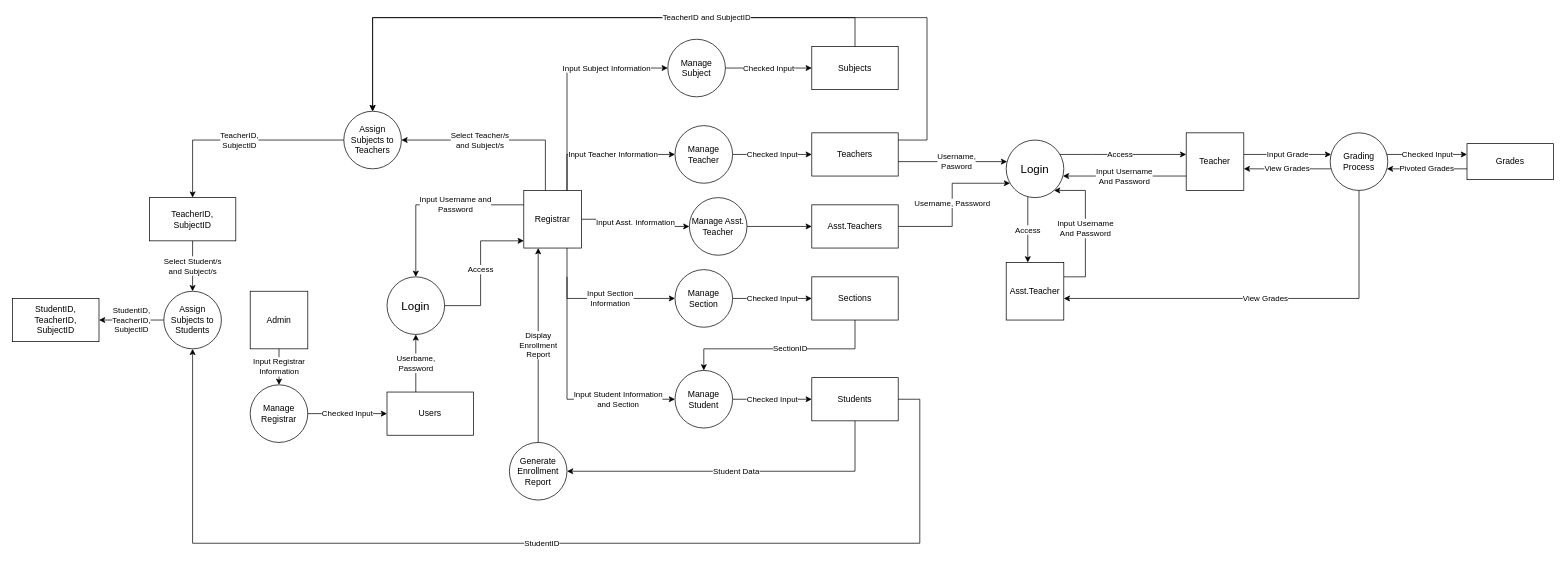
The draw.io diagram page "Data Flow Diagram" (6 of 6) of Final_TP.drawio in vibarmiles/Grading-System, before the edit. Source tidied: cells renumbered, new cells numbered last; positions are measured from the earlier drawing's top-left corner, leaving out a move shared by most shapes. Both pictures are drawn from the tidied source at 72%, with x=0, y=0 at pixel (12, 17).
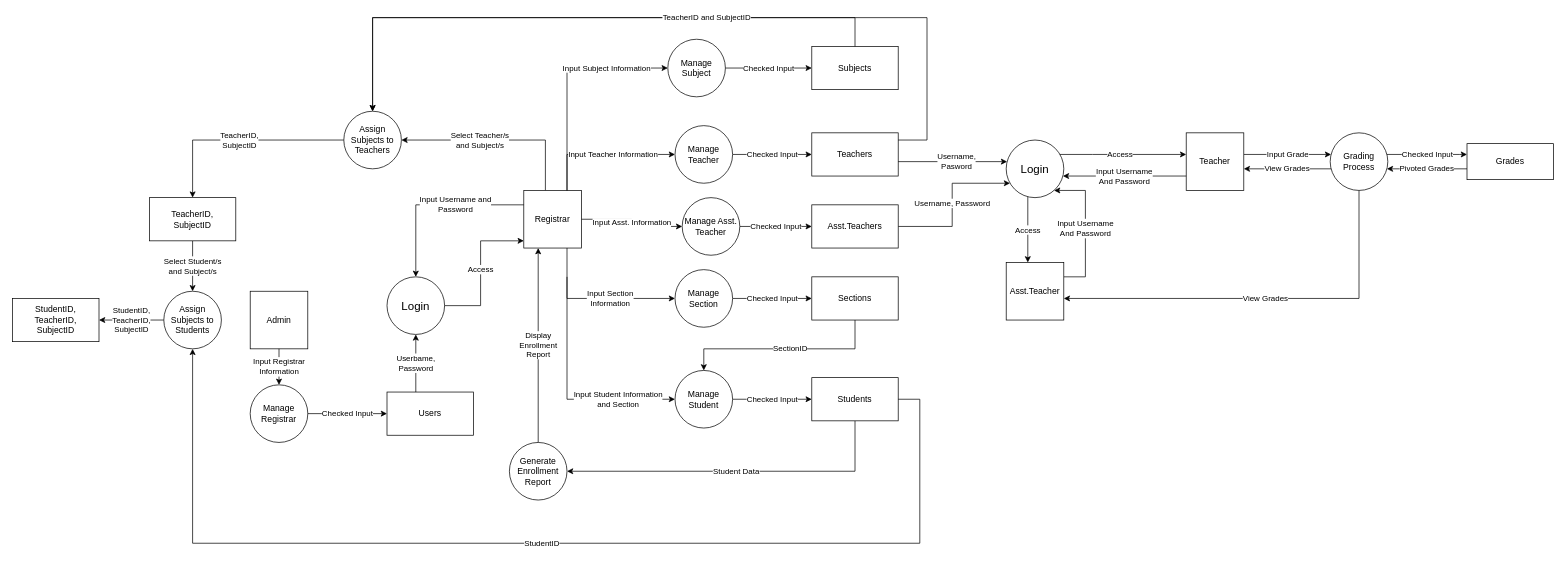
After the change.

The change refers to these unchanged cells:
```xml
<mxCell id="62" value="Asst.Teachers" style="whiteSpace=wrap;html=1;" parent="1" vertex="1">
  <mxGeometry x="1110" y="260" width="120" height="60" as="geometry" />
</mxCell>
```

The edit, as a diff of the source:
```diff
@@
-    <mxCell id="60" style="edgeStyle=orthogonalEdgeStyle;rounded=0;jettySize=auto;html=1;startArrow=none;startFill=0;endArrow=classic;endFill=1;" parent="1" edge="1" source="61" target="62">
+    <mxCell id="60" value="Checked Input" style="edgeStyle=orthogonalEdgeStyle;rounded=0;jettySize=auto;html=1;startArrow=none;startFill=0;endArrow=classic;endFill=1;" parent="1" edge="1" source="61" target="62">
       <mxGeometry relative="1" as="geometry" />
     </mxCell>
     <mxCell id="61" value="Manage Asst. Teacher" style="ellipse;whiteSpace=wrap;html=1;" parent="1" vertex="1">
-      <mxGeometry x="940" y="250" width="80" height="80" as="geometry" />
+      <mxGeometry x="930" y="250" width="80" height="80" as="geometry" />
     </mxCell>
```
